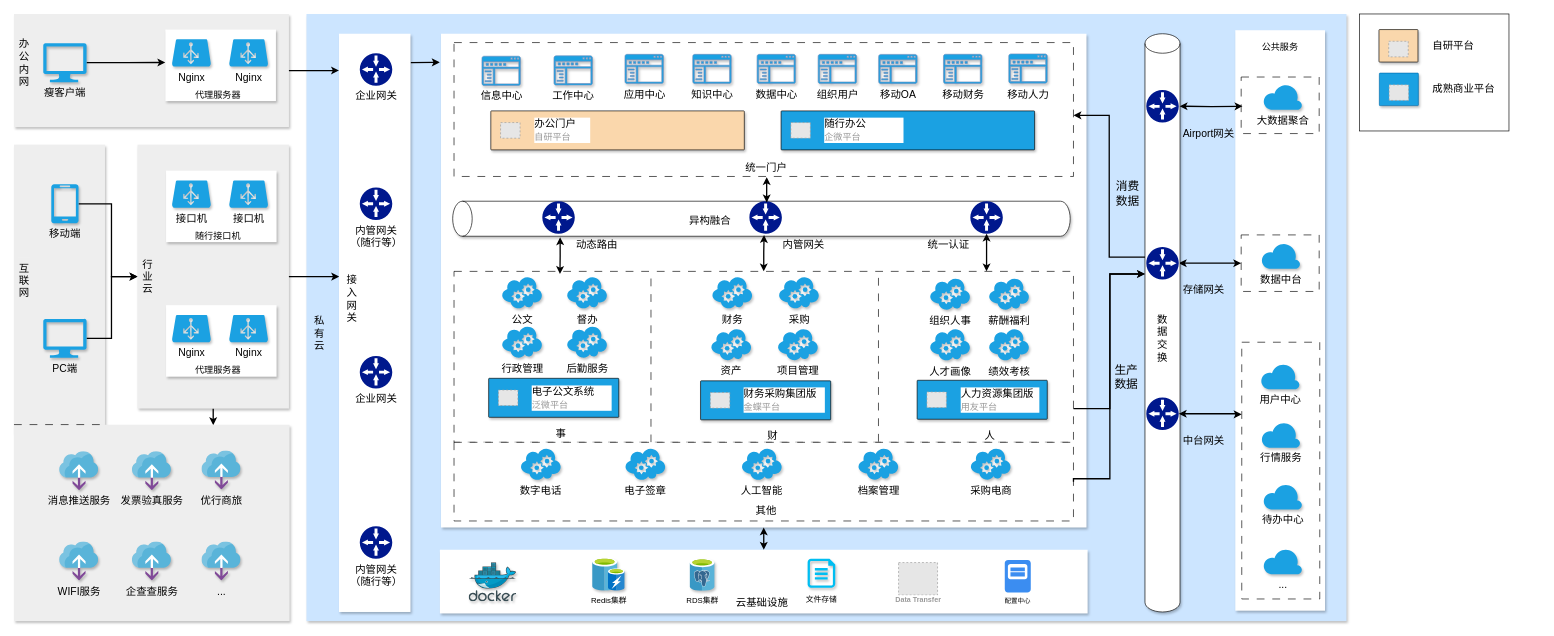
Before: page "一网统管架构图20240305" (13 of 21) of Untitled Diagram.drawio in shiki-mqp/PrivatePods, a draw.io diagram. Source tidied: cells renumbered, new cells numbered last; positions are measured from the earlier drawing's top-left corner, leaving out a move shared by most shapes. Both pictures are drawn from the tidied source at 65%, with x=0, y=0 at pixel (14, -90). Pictures stored in the file or linked from it are replaced by grey dashed boxes.
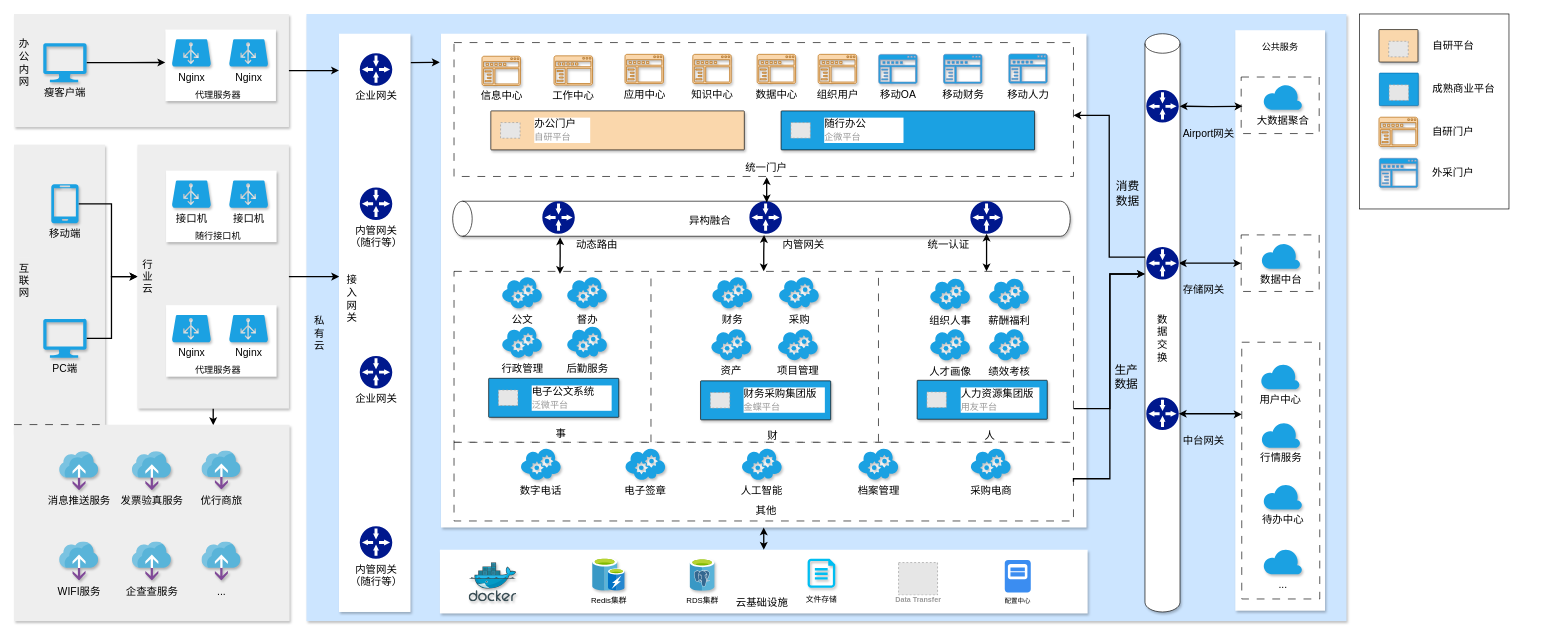
After the change.

Diff of the diagram source:
```diff
@@
     <mxCell id="93" style="rounded=0;whiteSpace=wrap;html=1;" parent="1" vertex="1">
-      <mxGeometry x="2070" y="160" width="230" height="180" as="geometry" />
+      <mxGeometry x="2070" y="160" width="230" height="300" as="geometry" />
     </mxCell>
@@
-    <mxCell id="103" value="知识中心" style="sketch=0;shadow=1;dashed=0;html=1;strokeColor=#6c8ebf;labelPosition=center;verticalLabelPosition=bottom;verticalAlign=top;align=center;fillColor=#1BA1E2;shape=mxgraph.mscae.intune.company_portal;labelBackgroundColor=none;strokeWidth=1;fontFamily=Helvetica;fontSize=16;" parent="1" vertex="1">
+    <mxCell id="103" value="知识中心" style="sketch=0;shadow=1;dashed=0;html=1;strokeColor=#b46504;labelPosition=center;verticalLabelPosition=bottom;verticalAlign=top;align=center;fillColor=#fad7ac;shape=mxgraph.mscae.intune.company_portal;labelBackgroundColor=none;strokeWidth=1;fontFamily=Helvetica;fontSize=16;fontColor=default;" parent="1" vertex="1">
       <mxGeometry x="1044.3" y="222.1" width="59.2" height="45" as="geometry" />
     </mxCell>
-    <mxCell id="104" value="数据中心" style="sketch=0;shadow=1;dashed=0;html=1;strokeColor=#6c8ebf;labelPosition=center;verticalLabelPosition=bottom;verticalAlign=top;align=center;fillColor=#1BA1E2;shape=mxgraph.mscae.intune.company_portal;labelBackgroundColor=none;strokeWidth=1;fontFamily=Helvetica;fontSize=16;" parent="1" vertex="1">
+    <mxCell id="104" value="数据中心" style="sketch=0;shadow=1;dashed=0;html=1;strokeColor=#b46504;labelPosition=center;verticalLabelPosition=bottom;verticalAlign=top;align=center;fillColor=#fad7ac;shape=mxgraph.mscae.intune.company_portal;labelBackgroundColor=none;strokeWidth=1;fontFamily=Helvetica;fontSize=16;fontColor=default;" parent="1" vertex="1">
       <mxGeometry x="1143.3" y="222.1" width="59.2" height="45" as="geometry" />
     </mxCell>
-    <mxCell id="105" value="组织用户" style="sketch=0;shadow=1;dashed=0;html=1;strokeColor=#6c8ebf;labelPosition=center;verticalLabelPosition=bottom;verticalAlign=top;align=center;fillColor=#1BA1E2;shape=mxgraph.mscae.intune.company_portal;labelBackgroundColor=none;strokeWidth=1;fontFamily=Helvetica;fontSize=16;" parent="1" vertex="1">
+    <mxCell id="105" value="组织用户" style="sketch=0;shadow=1;dashed=0;html=1;strokeColor=#b46504;labelPosition=center;verticalLabelPosition=bottom;verticalAlign=top;align=center;fillColor=#fad7ac;shape=mxgraph.mscae.intune.company_portal;labelBackgroundColor=none;strokeWidth=1;fontFamily=Helvetica;fontSize=16;fontColor=default;" parent="1" vertex="1">
       <mxGeometry x="1237.2" y="222.1" width="59.2" height="45" as="geometry" />
     </mxCell>
-    <mxCell id="106" value="信息中心" style="sketch=0;shadow=1;dashed=0;html=1;strokeColor=#6c8ebf;labelPosition=center;verticalLabelPosition=bottom;verticalAlign=top;align=center;fillColor=#1BA1E2;shape=mxgraph.mscae.intune.company_portal;labelBackgroundColor=none;strokeWidth=1;fontFamily=Helvetica;fontSize=16;" parent="1" vertex="1">
+    <mxCell id="106" value="信息中心" style="sketch=0;shadow=1;dashed=0;html=1;strokeColor=#b46504;labelPosition=center;verticalLabelPosition=bottom;verticalAlign=top;align=center;fillColor=#fad7ac;shape=mxgraph.mscae.intune.company_portal;labelBackgroundColor=none;strokeWidth=1;fontFamily=Helvetica;fontSize=16;fontColor=default;" parent="1" vertex="1">
       <mxGeometry x="720" y="225" width="59.2" height="45" as="geometry" />
     </mxCell>
-    <mxCell id="107" value="应用中心" style="sketch=0;shadow=1;dashed=0;html=1;strokeColor=#6c8ebf;labelPosition=center;verticalLabelPosition=bottom;verticalAlign=top;align=center;fillColor=#1BA1E2;shape=mxgraph.mscae.intune.company_portal;labelBackgroundColor=none;strokeWidth=1;fontFamily=Helvetica;fontSize=16;" parent="1" vertex="1">
+    <mxCell id="107" value="应用中心" style="sketch=0;shadow=1;dashed=0;html=1;strokeColor=#b46504;labelPosition=center;verticalLabelPosition=bottom;verticalAlign=top;align=center;fillColor=#fad7ac;shape=mxgraph.mscae.intune.company_portal;labelBackgroundColor=none;strokeWidth=1;fontFamily=Helvetica;fontSize=16;fontColor=default;" parent="1" vertex="1">
       <mxGeometry x="940" y="222.1" width="59.2" height="45" as="geometry" />
     </mxCell>
-    <mxCell id="108" value="工作中心" style="sketch=0;shadow=1;dashed=0;html=1;strokeColor=#6c8ebf;labelPosition=center;verticalLabelPosition=bottom;verticalAlign=top;align=center;fillColor=#1BA1E2;shape=mxgraph.mscae.intune.company_portal;labelBackgroundColor=none;strokeWidth=1;fontFamily=Helvetica;fontSize=16;" parent="1" vertex="1">
+    <mxCell id="108" value="工作中心" style="sketch=0;shadow=1;dashed=0;html=1;strokeColor=#b46504;labelPosition=center;verticalLabelPosition=bottom;verticalAlign=top;align=center;fillColor=#fad7ac;shape=mxgraph.mscae.intune.company_portal;labelBackgroundColor=none;strokeWidth=1;fontFamily=Helvetica;fontSize=16;fontColor=default;" parent="1" vertex="1">
       <mxGeometry x="830.8" y="224.4" width="59.2" height="45" as="geometry" />
     </mxCell>
@@
+    <mxCell id="151" style="sketch=0;shadow=1;dashed=0;html=1;strokeColor=#b46504;labelPosition=center;verticalLabelPosition=bottom;verticalAlign=top;align=center;fillColor=#fad7ac;shape=mxgraph.mscae.intune.company_portal;labelBackgroundColor=none;strokeWidth=1;fontFamily=Helvetica;fontSize=16;fontColor=default;" parent="1" vertex="1">
+      <mxGeometry x="2100" y="318.8" width="59.2" height="45" as="geometry" />
+    </mxCell>
+    <mxCell id="152" value="&lt;span style=&quot;font-size: 16px;&quot;&gt;自研门户&lt;/span&gt;" style="rounded=0;whiteSpace=wrap;html=1;shadow=0;fillColor=none;strokeColor=none;align=left;" parent="1" vertex="1">
+      <mxGeometry x="2179.8" y="324.2" width="171.9" height="33.5" as="geometry" />
+    </mxCell>
+    <mxCell id="153" style="sketch=0;shadow=1;dashed=0;html=1;strokeColor=#6c8ebf;labelPosition=center;verticalLabelPosition=bottom;verticalAlign=top;align=center;fillColor=#1BA1E2;shape=mxgraph.mscae.intune.company_portal;labelBackgroundColor=none;strokeWidth=1;fontFamily=Helvetica;fontSize=16;" parent="1" vertex="1">
+      <mxGeometry x="2100.5" y="382" width="59.2" height="45" as="geometry" />
+    </mxCell>
+    <mxCell id="154" value="&lt;span style=&quot;font-size: 16px;&quot;&gt;外采门户&lt;/span&gt;" style="rounded=0;whiteSpace=wrap;html=1;shadow=0;fillColor=none;strokeColor=none;align=left;" parent="1" vertex="1">
+      <mxGeometry x="2179.8" y="387.7" width="171.9" height="33.5" as="geometry" />
+    </mxCell>
```
